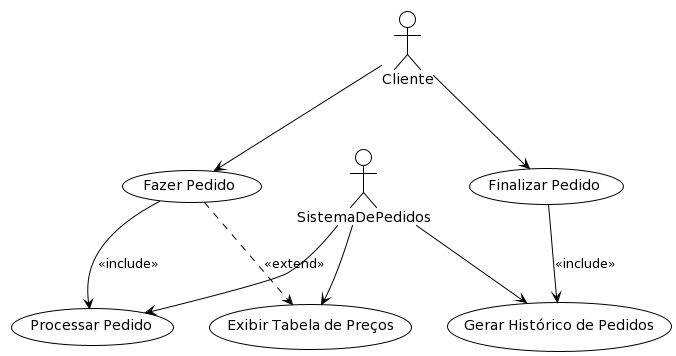
GuJeromine/Projeto-Loja-de-Chocolates keeps this PlantUML diagram as docs/diagrama casos de uso.png. Above is the earlier version.
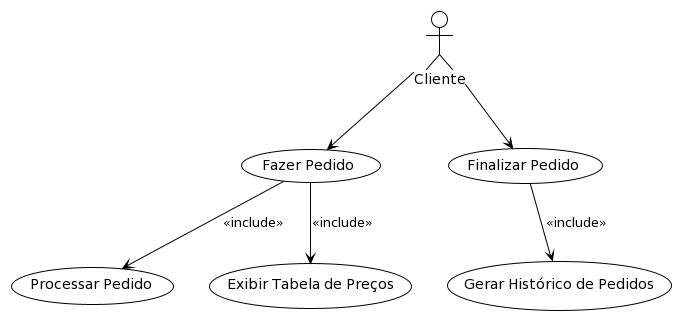
Later version of the same file.

The edit, as a diff of the source:
```diff
@@ -1,7 +1,6 @@
 @startuml
 !theme plain
 actor Cliente as c
-actor SistemaDePedidos as s
 
 usecase (Fazer Pedido)
 usecase (Finalizar Pedido)
@@ -11,10 +10,7 @@
 
 c --> (Fazer Pedido)
 c --> (Finalizar Pedido)
-s --> (Processar Pedido)
-s --> (Gerar Histórico de Pedidos)
-s --> (Exibir Tabela de Preços)
 (Fazer Pedido) --> (Processar Pedido) : <<include>>
 (Finalizar Pedido) --> (Gerar Histórico de Pedidos) : <<include>>
-(Fazer Pedido) ..> (Exibir Tabela de Preços) : <<extend>>
+(Fazer Pedido) --> (Exibir Tabela de Preços) : <<include>>
 @enduml
```
